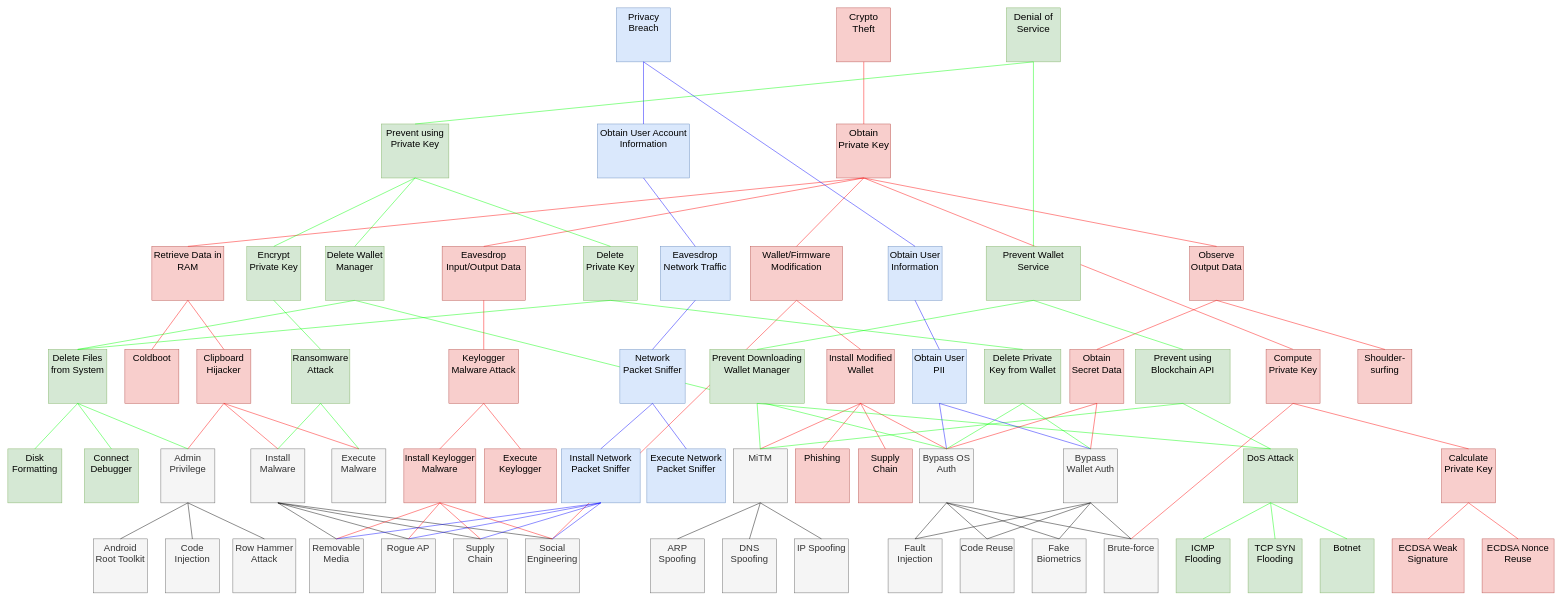
The draw.io diagram page "fault-tree-analysis" (17 of 17) of assets/crypto-wallets.drawio in xujiahuayz/crypto-wallets, before the edit. Source tidied: cells renumbered, new cells numbered last; positions are measured from the earlier drawing's top-left corner, leaving out a move shared by most shapes. Both pictures are drawn from the tidied source at 45%, with x=0, y=0 at pixel (8, 8).
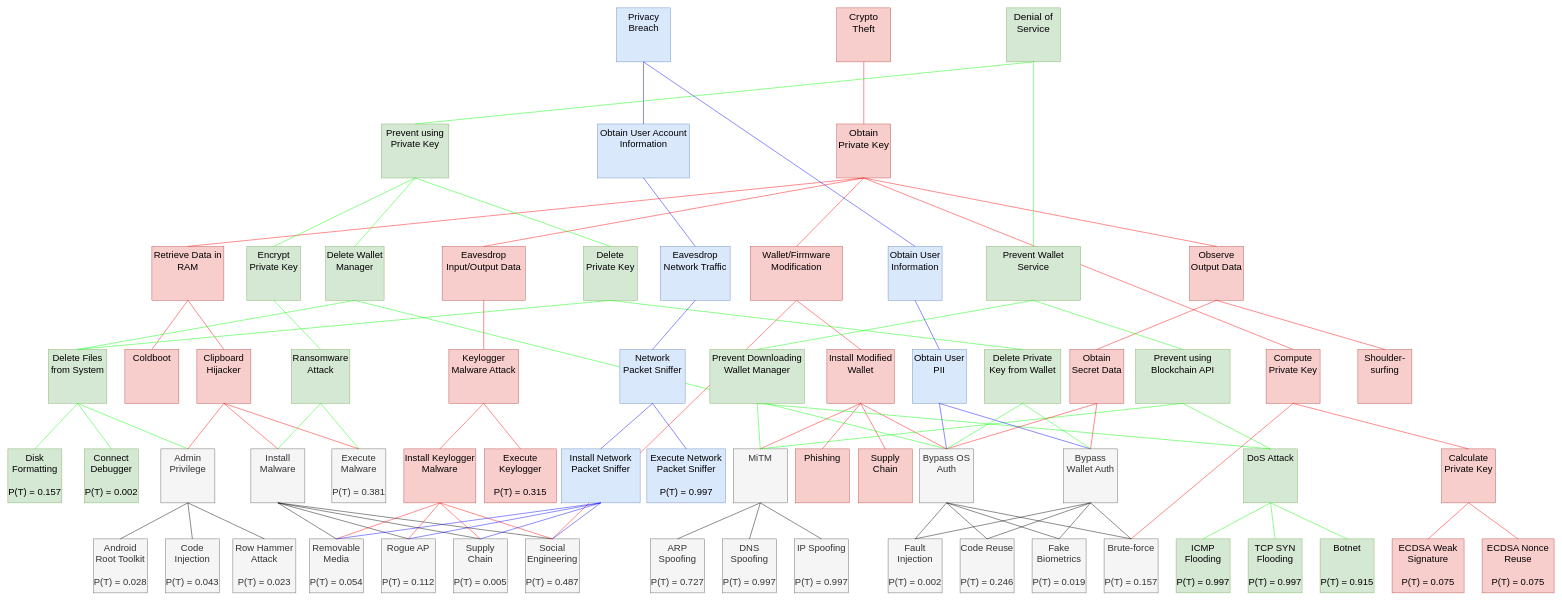
After the change.

Change to the diagram source:
```diff
@@
-    <mxCell id="5" value="&lt;font style=&quot;font-size: 21px;&quot;&gt;Code Reuse&lt;/font&gt;" style="rounded=0;whiteSpace=wrap;html=1;verticalAlign=top;fillColor=#f5f5f5;fontColor=#333333;strokeColor=#666666;" parent="1" vertex="1">
+    <mxCell id="5" value="&lt;font style=&quot;font-size: 21px;&quot;&gt;Code Reuse&lt;br&gt;&lt;br&gt;&lt;br&gt;P(T) = 0.246&lt;br&gt;&lt;/font&gt;" style="rounded=0;whiteSpace=wrap;html=1;verticalAlign=top;fillColor=#f5f5f5;fontColor=#333333;strokeColor=#666666;" parent="1" vertex="1">
       <mxGeometry x="2116" y="1180" width="120" height="120" as="geometry" />
     </mxCell>
-    <mxCell id="6" value="&lt;font style=&quot;font-size: 21px;&quot;&gt;Fake Biometrics&lt;/font&gt;" style="rounded=0;whiteSpace=wrap;html=1;verticalAlign=top;fillColor=#f5f5f5;fontColor=#333333;strokeColor=#666666;" parent="1" vertex="1">
+    <mxCell id="6" value="&lt;font style=&quot;font-size: 21px;&quot;&gt;Fake Biometrics&lt;br&gt;&lt;br&gt;P(T) = 0.019&lt;br&gt;&lt;/font&gt;" style="rounded=0;whiteSpace=wrap;html=1;verticalAlign=top;fillColor=#f5f5f5;fontColor=#333333;strokeColor=#666666;" parent="1" vertex="1">
       <mxGeometry x="2276" y="1180" width="120" height="120" as="geometry" />
     </mxCell>
-    <mxCell id="7" value="&lt;font style=&quot;font-size: 21px;&quot;&gt;Fault Injection&lt;/font&gt;" style="rounded=0;whiteSpace=wrap;html=1;verticalAlign=top;fillColor=#f5f5f5;fontColor=#333333;strokeColor=#666666;" parent="1" vertex="1">
+    <mxCell id="7" value="&lt;font style=&quot;font-size: 21px;&quot;&gt;Fault Injection&lt;br&gt;&lt;br&gt;P(T) = 0.002&lt;br&gt;&lt;/font&gt;" style="rounded=0;whiteSpace=wrap;html=1;verticalAlign=top;fillColor=#f5f5f5;fontColor=#333333;strokeColor=#666666;" parent="1" vertex="1">
       <mxGeometry x="1956" y="1180" width="120" height="120" as="geometry" />
     </mxCell>
-    <mxCell id="8" value="&lt;font style=&quot;font-size: 21px;&quot;&gt;Brute-force&lt;/font&gt;" style="rounded=0;whiteSpace=wrap;html=1;verticalAlign=top;fillColor=#f5f5f5;fontColor=#333333;strokeColor=#666666;" parent="1" vertex="1">
+    <mxCell id="8" value="&lt;font style=&quot;font-size: 21px;&quot;&gt;Brute-force&lt;br&gt;&lt;br&gt;&lt;br&gt;P(T) = 0.157&lt;br&gt;&lt;/font&gt;" style="rounded=0;whiteSpace=wrap;html=1;verticalAlign=top;fillColor=#f5f5f5;fontColor=#333333;strokeColor=#666666;" parent="1" vertex="1">
       <mxGeometry x="2436" y="1180" width="120" height="120" as="geometry" />
     </mxCell>
-    <mxCell id="9" value="&lt;font style=&quot;font-size: 21px;&quot;&gt;Social Engineering&lt;/font&gt;" style="rounded=0;whiteSpace=wrap;html=1;verticalAlign=top;fillColor=#f5f5f5;fontColor=#333333;strokeColor=#666666;" parent="1" vertex="1">
+    <mxCell id="9" value="&lt;font style=&quot;font-size: 21px;&quot;&gt;Social Engineering&lt;br&gt;&lt;br&gt;P(T) = 0.487&lt;br&gt;&lt;/font&gt;" style="rounded=0;whiteSpace=wrap;html=1;verticalAlign=top;fillColor=#f5f5f5;fontColor=#333333;strokeColor=#666666;" parent="1" vertex="1">
       <mxGeometry x="1150" y="1180" width="120" height="120" as="geometry" />
     </mxCell>
-    <mxCell id="10" value="&lt;font style=&quot;font-size: 21px;&quot;&gt;Supply Chain&lt;/font&gt;" style="rounded=0;whiteSpace=wrap;html=1;verticalAlign=top;fillColor=#f5f5f5;fontColor=#333333;strokeColor=#666666;" parent="1" vertex="1">
+    <mxCell id="10" value="&lt;font style=&quot;font-size: 21px;&quot;&gt;Supply Chain&lt;br&gt;&lt;br&gt;P(T) = 0.005&lt;br&gt;&lt;/font&gt;" style="rounded=0;whiteSpace=wrap;html=1;verticalAlign=top;fillColor=#f5f5f5;fontColor=#333333;strokeColor=#666666;" parent="1" vertex="1">
       <mxGeometry x="990" y="1180" width="120" height="120" as="geometry" />
     </mxCell>
-    <mxCell id="11" value="&lt;font style=&quot;font-size: 21px;&quot;&gt;Rogue AP&lt;/font&gt;" style="rounded=0;whiteSpace=wrap;html=1;verticalAlign=top;fillColor=#f5f5f5;fontColor=#333333;strokeColor=#666666;" parent="1" vertex="1">
+    <mxCell id="11" value="&lt;font style=&quot;font-size: 21px;&quot;&gt;Rogue AP&lt;br&gt;&lt;br&gt;&lt;br&gt;P(T) = 0.112&lt;br&gt;&lt;/font&gt;" style="rounded=0;whiteSpace=wrap;html=1;verticalAlign=top;fillColor=#f5f5f5;fontColor=#333333;strokeColor=#666666;" parent="1" vertex="1">
       <mxGeometry x="830" y="1180" width="120" height="120" as="geometry" />
     </mxCell>
-    <mxCell id="12" value="&lt;font style=&quot;font-size: 21px;&quot;&gt;Removable Media&lt;/font&gt;" style="rounded=0;whiteSpace=wrap;html=1;verticalAlign=top;fillColor=#f5f5f5;fontColor=#333333;strokeColor=#666666;" parent="1" vertex="1">
+    <mxCell id="12" value="&lt;font style=&quot;font-size: 21px;&quot;&gt;Removable Media&lt;br&gt;&lt;br&gt;P(T) = 0.054&lt;br&gt;&lt;/font&gt;" style="rounded=0;whiteSpace=wrap;html=1;verticalAlign=top;fillColor=#f5f5f5;fontColor=#333333;strokeColor=#666666;" parent="1" vertex="1">
       <mxGeometry x="670" y="1180" width="120" height="120" as="geometry" />
     </mxCell>
-    <mxCell id="13" value="&lt;font style=&quot;font-size: 21px;&quot;&gt;Android Root Toolkit&lt;/font&gt;" style="rounded=0;whiteSpace=wrap;html=1;verticalAlign=top;fillColor=#f5f5f5;fontColor=#333333;strokeColor=#666666;" parent="1" vertex="1">
+    <mxCell id="13" value="&lt;font style=&quot;font-size: 21px;&quot;&gt;Android Root Toolkit&lt;br&gt;&lt;br&gt;P(T) = 0.028&lt;br&gt;&lt;/font&gt;" style="rounded=0;whiteSpace=wrap;html=1;verticalAlign=top;fillColor=#f5f5f5;fontColor=#333333;strokeColor=#666666;" parent="1" vertex="1">
       <mxGeometry x="190" y="1180" width="120" height="120" as="geometry" />
     </mxCell>
-    <mxCell id="14" value="&lt;font style=&quot;font-size: 21px;&quot;&gt;Code Injection&lt;/font&gt;" style="rounded=0;whiteSpace=wrap;html=1;verticalAlign=top;fillColor=#f5f5f5;fontColor=#333333;strokeColor=#666666;" parent="1" vertex="1">
+    <mxCell id="14" value="&lt;font style=&quot;font-size: 21px;&quot;&gt;Code Injection&lt;br&gt;&lt;br&gt;P(T) = 0.043&lt;br&gt;&lt;/font&gt;" style="rounded=0;whiteSpace=wrap;html=1;verticalAlign=top;fillColor=#f5f5f5;fontColor=#333333;strokeColor=#666666;" parent="1" vertex="1">
       <mxGeometry x="350" y="1180" width="120" height="120" as="geometry" />
     </mxCell>
-    <mxCell id="15" value="&lt;font style=&quot;font-size: 21px;&quot;&gt;Row Hammer Attack&lt;/font&gt;" style="rounded=0;whiteSpace=wrap;html=1;verticalAlign=top;fillColor=#f5f5f5;fontColor=#333333;strokeColor=#666666;" parent="1" vertex="1">
+    <mxCell id="15" value="&lt;font style=&quot;font-size: 21px;&quot;&gt;Row Hammer Attack&lt;br&gt;&lt;br&gt;P(T) = 0.023&lt;br&gt;&lt;/font&gt;" style="rounded=0;whiteSpace=wrap;html=1;verticalAlign=top;fillColor=#f5f5f5;fontColor=#333333;strokeColor=#666666;" parent="1" vertex="1">
       <mxGeometry x="500" y="1180" width="140" height="120" as="geometry" />
     </mxCell>
-    <mxCell id="16" value="&lt;font style=&quot;font-size: 21px;&quot;&gt;ARP Spoofing&lt;/font&gt;" style="rounded=0;whiteSpace=wrap;html=1;verticalAlign=top;fillColor=#f5f5f5;fontColor=#333333;strokeColor=#666666;" parent="1" vertex="1">
+    <mxCell id="16" value="&lt;font style=&quot;font-size: 21px;&quot;&gt;ARP Spoofing&lt;br&gt;&lt;br&gt;P(T) = 0.727&lt;br&gt;&lt;/font&gt;" style="rounded=0;whiteSpace=wrap;html=1;verticalAlign=top;fillColor=#f5f5f5;fontColor=#333333;strokeColor=#666666;" parent="1" vertex="1">
       <mxGeometry x="1428" y="1180" width="120" height="120" as="geometry" />
     </mxCell>
-    <mxCell id="17" value="&lt;font style=&quot;font-size: 21px;&quot;&gt;DNS Spoofing&lt;/font&gt;" style="rounded=0;whiteSpace=wrap;html=1;verticalAlign=top;fillColor=#f5f5f5;fontColor=#333333;strokeColor=#666666;" parent="1" vertex="1">
+    <mxCell id="17" value="&lt;font style=&quot;font-size: 21px;&quot;&gt;DNS Spoofing&lt;br&gt;&lt;br&gt;P(T) = 0.997&lt;br&gt;&lt;/font&gt;" style="rounded=0;whiteSpace=wrap;html=1;verticalAlign=top;fillColor=#f5f5f5;fontColor=#333333;strokeColor=#666666;" parent="1" vertex="1">
       <mxGeometry x="1588" y="1180" width="120" height="120" as="geometry" />
     </mxCell>
-    <mxCell id="18" value="&lt;font style=&quot;font-size: 21px;&quot;&gt;IP Spoofing&lt;/font&gt;" style="rounded=0;whiteSpace=wrap;html=1;verticalAlign=top;fillColor=#f5f5f5;fontColor=#333333;strokeColor=#666666;" parent="1" vertex="1">
+    <mxCell id="18" value="&lt;font style=&quot;font-size: 21px;&quot;&gt;IP Spoofing&lt;br&gt;&lt;br&gt;&lt;br&gt;P(T) = 0.997&lt;br&gt;&lt;/font&gt;" style="rounded=0;whiteSpace=wrap;html=1;verticalAlign=top;fillColor=#f5f5f5;fontColor=#333333;strokeColor=#666666;" parent="1" vertex="1">
       <mxGeometry x="1748" y="1180" width="120" height="120" as="geometry" />
     </mxCell>
-    <mxCell id="19" value="&lt;font style=&quot;font-size: 21px;&quot;&gt;ECDSA Weak Signature&lt;/font&gt;" style="rounded=0;whiteSpace=wrap;html=1;fillColor=#f8cecc;strokeColor=#b85450;verticalAlign=top;" parent="1" vertex="1">
+    <mxCell id="19" value="&lt;font style=&quot;font-size: 21px;&quot;&gt;ECDSA Weak Signature&lt;br&gt;&lt;br&gt;P(T) = 0.075&lt;br&gt;&lt;/font&gt;" style="rounded=0;whiteSpace=wrap;html=1;fillColor=#f8cecc;strokeColor=#b85450;verticalAlign=top;" parent="1" vertex="1">
       <mxGeometry x="3076" y="1180" width="160" height="120" as="geometry" />
     </mxCell>
-    <mxCell id="20" value="&lt;font style=&quot;font-size: 21px;&quot;&gt;ECDSA Nonce Reuse&lt;/font&gt;" style="rounded=0;whiteSpace=wrap;html=1;fillColor=#f8cecc;strokeColor=#b85450;verticalAlign=top;" parent="1" vertex="1">
+    <mxCell id="20" value="&lt;font style=&quot;font-size: 21px;&quot;&gt;ECDSA Nonce Reuse&lt;br&gt;&lt;br&gt;P(T) = 0.075&lt;br&gt;&lt;/font&gt;" style="rounded=0;whiteSpace=wrap;html=1;fillColor=#f8cecc;strokeColor=#b85450;verticalAlign=top;" parent="1" vertex="1">
       <mxGeometry x="3276" y="1180" width="160" height="120" as="geometry" />
     </mxCell>
-    <mxCell id="21" value="&lt;font style=&quot;font-size: 21px;&quot;&gt;ICMP Flooding&lt;/font&gt;" style="rounded=0;whiteSpace=wrap;html=1;fillColor=#d5e8d4;strokeColor=#82b366;verticalAlign=top;" parent="1" vertex="1">
+    <mxCell id="21" value="&lt;font style=&quot;font-size: 21px;&quot;&gt;ICMP Flooding&lt;br&gt;&lt;br&gt;P(T) = 0.997&lt;br&gt;&lt;/font&gt;" style="rounded=0;whiteSpace=wrap;html=1;fillColor=#d5e8d4;strokeColor=#82b366;verticalAlign=top;" parent="1" vertex="1">
       <mxGeometry x="2596" y="1180" width="120" height="120" as="geometry" />
     </mxCell>
-    <mxCell id="22" value="&lt;font style=&quot;font-size: 21px;&quot;&gt;TCP SYN Flooding&lt;/font&gt;" style="rounded=0;whiteSpace=wrap;html=1;fillColor=#d5e8d4;strokeColor=#82b366;verticalAlign=top;" parent="1" vertex="1">
+    <mxCell id="22" value="&lt;font style=&quot;font-size: 21px;&quot;&gt;TCP SYN Flooding&lt;br&gt;&lt;br&gt;P(T) = 0.997&lt;br&gt;&lt;/font&gt;" style="rounded=0;whiteSpace=wrap;html=1;fillColor=#d5e8d4;strokeColor=#82b366;verticalAlign=top;" parent="1" vertex="1">
       <mxGeometry x="2756" y="1180" width="120" height="120" as="geometry" />
     </mxCell>
-    <mxCell id="23" value="&lt;font style=&quot;font-size: 21px;&quot;&gt;Botnet&lt;/font&gt;" style="rounded=0;whiteSpace=wrap;html=1;fillColor=#d5e8d4;strokeColor=#82b366;verticalAlign=top;" parent="1" vertex="1">
+    <mxCell id="23" value="&lt;font style=&quot;font-size: 21px;&quot;&gt;Botnet&lt;br&gt;&lt;br&gt;&lt;br&gt;P(T) = 0.915&lt;br&gt;&lt;/font&gt;" style="rounded=0;whiteSpace=wrap;html=1;fillColor=#d5e8d4;strokeColor=#82b366;verticalAlign=top;" parent="1" vertex="1">
       <mxGeometry x="2916" y="1180" width="120" height="120" as="geometry" />
     </mxCell>
@@
-    <mxCell id="66" value="&lt;font style=&quot;font-size: 21px;&quot;&gt;Execute Malware&lt;/font&gt;" style="rounded=0;whiteSpace=wrap;html=1;verticalAlign=top;fillColor=#f5f5f5;fontColor=#333333;strokeColor=#666666;" parent="1" vertex="1">
+    <mxCell id="66" value="&lt;font style=&quot;font-size: 21px;&quot;&gt;Execute Malware&lt;br&gt;&lt;br&gt;P(T) = 0.381&lt;br&gt;&lt;/font&gt;" style="rounded=0;whiteSpace=wrap;html=1;verticalAlign=top;fillColor=#f5f5f5;fontColor=#333333;strokeColor=#666666;" parent="1" vertex="1">
       <mxGeometry x="720" y="980" width="120" height="120" as="geometry" />
     </mxCell>
@@
-    <mxCell id="73" value="&lt;font style=&quot;font-size: 21px;&quot;&gt;Execute Keylogger&lt;/font&gt;" style="rounded=0;whiteSpace=wrap;html=1;fillColor=#f8cecc;strokeColor=#b85450;verticalAlign=top;" parent="1" vertex="1">
+    <mxCell id="73" value="&lt;font style=&quot;font-size: 21px;&quot;&gt;Execute Keylogger&lt;br&gt;&lt;br&gt;P(T) = 0.315&lt;br&gt;&lt;/font&gt;" style="rounded=0;whiteSpace=wrap;html=1;fillColor=#f8cecc;strokeColor=#b85450;verticalAlign=top;" parent="1" vertex="1">
       <mxGeometry x="1059" y="980" width="160" height="120" as="geometry" />
     </mxCell>
@@
-    <mxCell id="77" value="&lt;font style=&quot;font-size: 21px;&quot;&gt;Execute Network Packet Sniffer&lt;/font&gt;" style="rounded=0;whiteSpace=wrap;html=1;fillColor=#dae8fc;strokeColor=#6c8ebf;verticalAlign=top;" parent="1" vertex="1">
+    <mxCell id="77" value="&lt;font style=&quot;font-size: 21px;&quot;&gt;Execute Network Packet Sniffer&lt;br&gt;&lt;br&gt;P(T) = 0.997&lt;br&gt;&lt;/font&gt;" style="rounded=0;whiteSpace=wrap;html=1;fillColor=#dae8fc;strokeColor=#6c8ebf;verticalAlign=top;" parent="1" vertex="1">
       <mxGeometry x="1420" y="980" width="175" height="120" as="geometry" />
     </mxCell>
@@
-    <mxCell id="106" value="&lt;font style=&quot;font-size: 21px;&quot;&gt;Connect Debugger&lt;/font&gt;" style="rounded=0;whiteSpace=wrap;html=1;fillColor=#d5e8d4;strokeColor=#82b366;verticalAlign=top;" parent="1" vertex="1">
+    <mxCell id="106" value="&lt;font style=&quot;font-size: 21px;&quot;&gt;Connect Debugger&lt;br&gt;&lt;br&gt;P(T) = 0.002&lt;br&gt;&lt;/font&gt;" style="rounded=0;whiteSpace=wrap;html=1;fillColor=#d5e8d4;strokeColor=#82b366;verticalAlign=top;" parent="1" vertex="1">
       <mxGeometry x="170" y="980" width="120" height="120" as="geometry" />
     </mxCell>
@@
-    <mxCell id="108" value="&lt;font style=&quot;font-size: 21px;&quot;&gt;Disk Formatting&lt;/font&gt;" style="rounded=0;whiteSpace=wrap;html=1;fillColor=#d5e8d4;strokeColor=#82b366;verticalAlign=top;" parent="1" vertex="1">
+    <mxCell id="108" value="&lt;font style=&quot;font-size: 21px;&quot;&gt;Disk Formatting&lt;br&gt;&lt;br&gt;P(T) = 0.157&lt;br&gt;&lt;/font&gt;" style="rounded=0;whiteSpace=wrap;html=1;fillColor=#d5e8d4;strokeColor=#82b366;verticalAlign=top;" parent="1" vertex="1">
       <mxGeometry y="980" width="120" height="120" as="geometry" />
     </mxCell>
```
